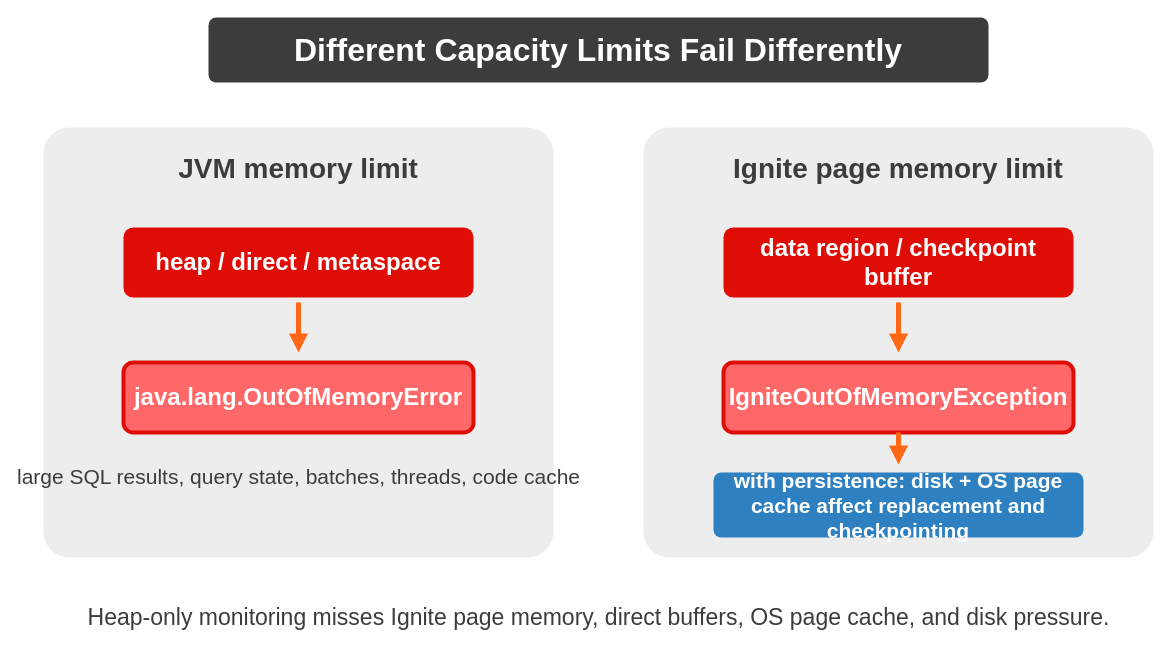
Above: page "Capacity - OOM Signals" (13 of 13) of docs/_docs/images/memory-budget.drawio in ignitetcbot/ignite (draw.io), before the change. Source tidied: cells renumbered, new cells numbered last; positions are measured from the earlier drawing's top-left corner, leaving out a move shared by most shapes. Both pictures are drawn from the tidied source at 100%, with x=0, y=0 at pixel (43, 17).
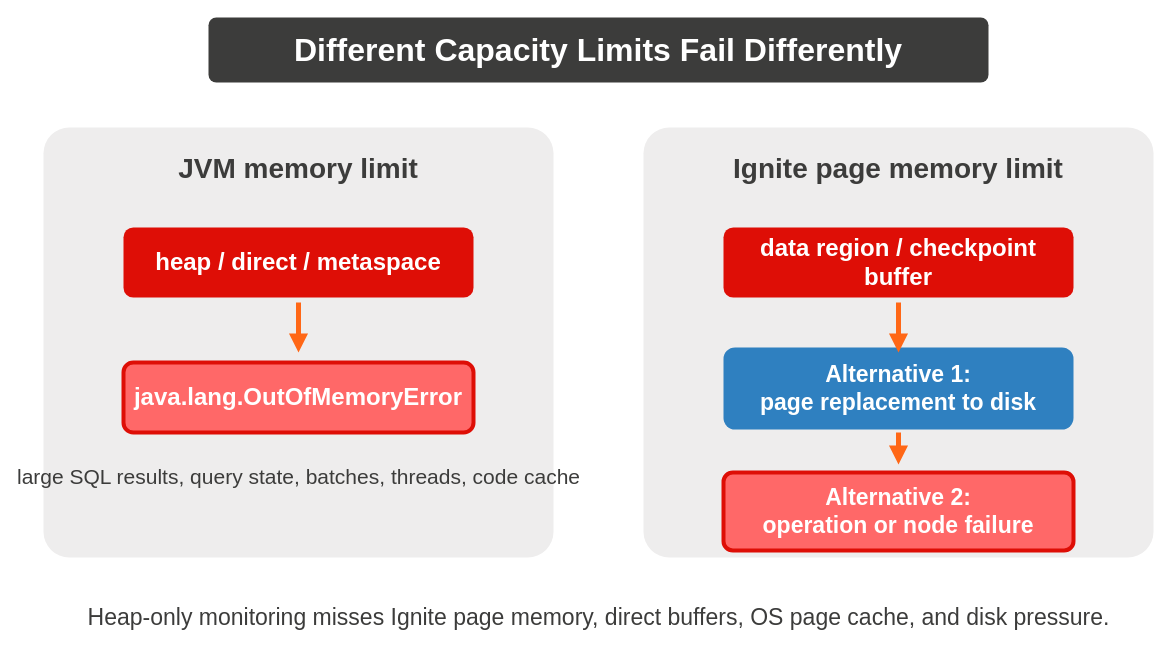
Above is the later version.

The edit, as a diff of the source:
```diff
@@
 <mxGraphModel>
   <root>
     <mxCell id="0" />
     <mxCell id="1" parent="0" />
     <mxCell id="2" value="Different Capacity Limits Fail Differently" style="rounded=1;whiteSpace=wrap;html=1;fillColor=#3c3c3b;strokeColor=none;arcSize=12;fontSize=32;fontFamily=Helvetica;fontColor=#ffffff;fontStyle=1;" parent="1" vertex="1">
       <mxGeometry x="165" width="780" height="65" as="geometry" />
     </mxCell>
     <mxCell id="3" value="JVM memory limit" style="rounded=1;whiteSpace=wrap;html=1;fillColor=#eeeded;strokeColor=none;arcSize=6;fontSize=28;fontFamily=Helvetica;fontColor=#3c3c3b;fontStyle=1;verticalAlign=top;spacingTop=18;" parent="1" vertex="1">
       <mxGeometry y="110" width="510" height="430" as="geometry" />
     </mxCell>
     <mxCell id="4" value="Ignite page memory limit" style="rounded=1;whiteSpace=wrap;html=1;fillColor=#eeeded;strokeColor=none;arcSize=6;fontSize=28;fontFamily=Helvetica;fontColor=#3c3c3b;fontStyle=1;verticalAlign=top;spacingTop=18;" parent="1" vertex="1">
       <mxGeometry x="600" y="110" width="510" height="430" as="geometry" />
     </mxCell>
     <mxCell id="5" value="heap / direct / metaspace" style="rounded=1;whiteSpace=wrap;html=1;fillColor=#de0e06;strokeColor=none;arcSize=14;fontSize=24;fontFamily=Helvetica;fontColor=#ffffff;fontStyle=1;" parent="1" vertex="1">
       <mxGeometry x="80" y="210" width="350" height="70" as="geometry" />
     </mxCell>
     <mxCell id="6" value="java.lang.OutOfMemoryError" style="rounded=1;whiteSpace=wrap;html=1;fillColor=#ff6868;strokeColor=#de0e06;strokeWidth=4;arcSize=14;fontSize=24;fontFamily=Helvetica;fontColor=#ffffff;fontStyle=1;" parent="1" vertex="1">
       <mxGeometry x="80" y="345" width="350" height="70" as="geometry" />
     </mxCell>
     <mxCell id="7" value="large SQL results, query state, batches, threads, code cache" style="text;html=1;strokeColor=none;fillColor=none;fontSize=21;fontFamily=Helvetica;fontColor=#3c3c3b;align=center;" parent="1" vertex="1">
       <mxGeometry x="70" y="440" width="370" height="70" as="geometry" />
     </mxCell>
     <mxCell id="8" value="data region / checkpoint buffer" style="rounded=1;whiteSpace=wrap;html=1;fillColor=#de0e06;strokeColor=none;arcSize=14;fontSize=24;fontFamily=Helvetica;fontColor=#ffffff;fontStyle=1;" parent="1" vertex="1">
       <mxGeometry x="680" y="210" width="350" height="70" as="geometry" />
     </mxCell>
-    <mxCell id="9" value="IgniteOutOfMemoryException" style="rounded=1;whiteSpace=wrap;html=1;fillColor=#ff6868;strokeColor=#de0e06;strokeWidth=4;arcSize=14;fontSize=24;fontFamily=Helvetica;fontColor=#ffffff;fontStyle=1;" parent="1" vertex="1">
-      <mxGeometry x="680" y="345" width="350" height="70" as="geometry" />
+    <mxCell id="9" value="Alternative 1:&#10;page replacement to disk" style="rounded=1;whiteSpace=wrap;html=1;fillColor=#2f80c0;strokeColor=none;strokeWidth=4;arcSize=14;fontSize=23;fontFamily=Helvetica;fontColor=#ffffff;fontStyle=1;" parent="1" vertex="1">
+      <mxGeometry x="680" y="330" width="350" height="82" as="geometry" />
     </mxCell>
-    <mxCell id="10" value="with persistence: disk + OS page cache affect replacement and checkpointing" style="rounded=1;whiteSpace=wrap;html=1;fillColor=#2f80c0;strokeColor=none;arcSize=12;fontSize=21;fontFamily=Helvetica;fontColor=#ffffff;fontStyle=1;" parent="1" vertex="1">
-      <mxGeometry x="670" y="455" width="370" height="65" as="geometry" />
+    <mxCell id="10" value="Alternative 2:&#10;operation or node failure" style="rounded=1;whiteSpace=wrap;html=1;fillColor=#ff6868;strokeColor=#de0e06;strokeWidth=4;arcSize=12;fontSize=23;fontFamily=Helvetica;fontColor=#ffffff;fontStyle=1;" parent="1" vertex="1">
+      <mxGeometry x="680" y="455" width="350" height="78" as="geometry" />
     </mxCell>
     <mxCell id="11" style="endArrow=block;html=1;rounded=0;strokeColor=#ff6716;strokeWidth=5;endFill=1;" parent="1" edge="1">
       <mxGeometry relative="1" as="geometry">
         <mxPoint x="255" y="285" as="sourcePoint" />
         <mxPoint x="255" y="335" as="targetPoint" />
       </mxGeometry>
     </mxCell>
     <mxCell id="12" style="endArrow=block;html=1;rounded=0;strokeColor=#ff6716;strokeWidth=5;endFill=1;" parent="1" edge="1">
       <mxGeometry relative="1" as="geometry">
         <mxPoint x="855" y="285" as="sourcePoint" />
         <mxPoint x="855" y="335" as="targetPoint" />
       </mxGeometry>
     </mxCell>
     <mxCell id="13" style="endArrow=block;html=1;rounded=0;strokeColor=#ff6716;strokeWidth=5;endFill=1;" parent="1" edge="1">
       <mxGeometry relative="1" as="geometry">
         <mxPoint x="855" y="415" as="sourcePoint" />
         <mxPoint x="855" y="447" as="targetPoint" />
       </mxGeometry>
     </mxCell>
     <mxCell id="14" value="Heap-only monitoring misses Ignite page memory, direct buffers, OS page cache, and disk pressure." style="text;html=1;strokeColor=none;fillColor=none;fontSize=23;fontFamily=Helvetica;fontColor=#3c3c3b;align=center;" parent="1" vertex="1">
       <mxGeometry x="70" y="580" width="970" height="40" as="geometry" />
     </mxCell>
   </root>
 </mxGraphModel>
```
